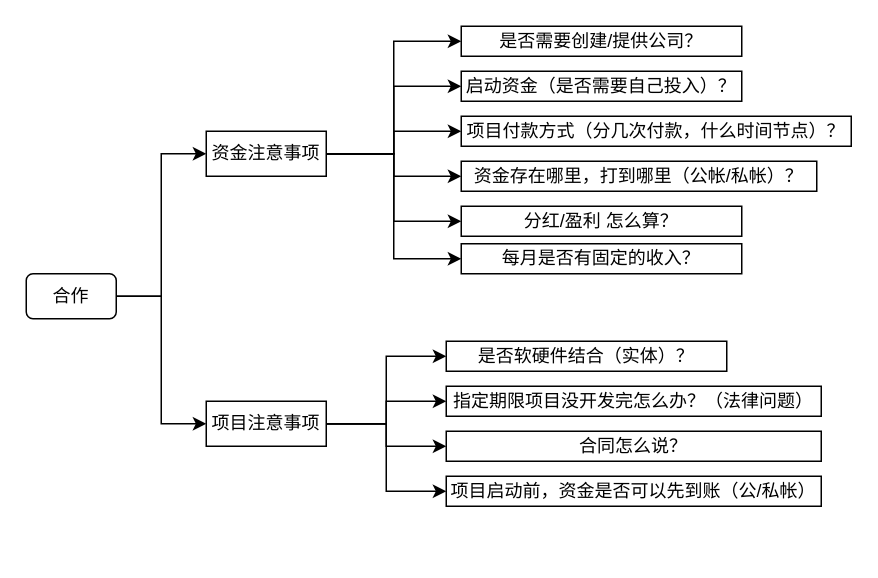
Before: company.drawio in junyangfan/draw, a draw.io diagram. Source tidied: cells renumbered, new cells numbered last; positions are measured from the earlier drawing's top-left corner, leaving out a move shared by most shapes. Both pictures are drawn from the tidied source at 150%, with x=0, y=0 at pixel (26, 26).
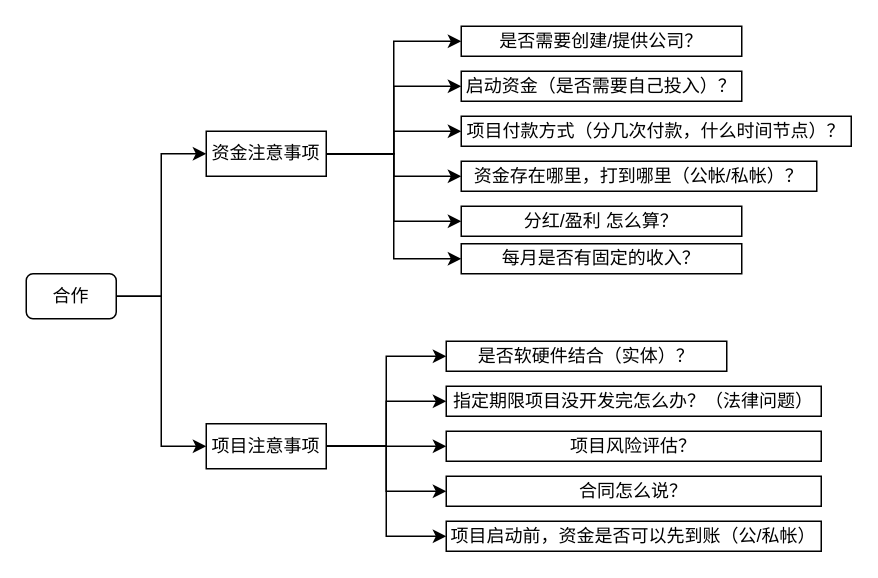
The same page after the edit.

Change to the diagram source:
```diff
@@
+    <mxCell id="27" style="edgeStyle=orthogonalEdgeStyle;rounded=0;jettySize=auto;html=1;entryX=0;entryY=0.5;entryDx=0;entryDy=0;" parent="1" edge="1" source="21" target="28">
+      <mxGeometry relative="1" as="geometry" />
+    </mxCell>
     <mxCell id="21" value="项目注意事项" style="rounded=0;whiteSpace=wrap;html=1;" parent="1" vertex="1">
-      <mxGeometry x="120" y="250" width="80" height="30" as="geometry" />
+      <mxGeometry x="120" y="265" width="80" height="30" as="geometry" />
     </mxCell>
@@
     <mxCell id="24" value="项目启动前，资金是否可以先到账（公/私帐）" style="rounded=0;whiteSpace=wrap;html=1;" parent="1" vertex="1">
-      <mxGeometry x="280" y="300" width="250" height="20" as="geometry" />
+      <mxGeometry x="280" y="330" width="250" height="20" as="geometry" />
     </mxCell>
@@
     <mxCell id="26" value="合同怎么说？" style="rounded=0;whiteSpace=wrap;html=1;" parent="1" vertex="1">
-      <mxGeometry x="280" y="270" width="250" height="20" as="geometry" />
+      <mxGeometry x="280" y="300" width="250" height="20" as="geometry" />
     </mxCell>
+    <mxCell id="28" value="项目风险评估？" style="rounded=0;whiteSpace=wrap;html=1;" parent="1" vertex="1">
+      <mxGeometry x="280" y="270" width="250" height="20" as="geometry" />
+    </mxCell>
```
